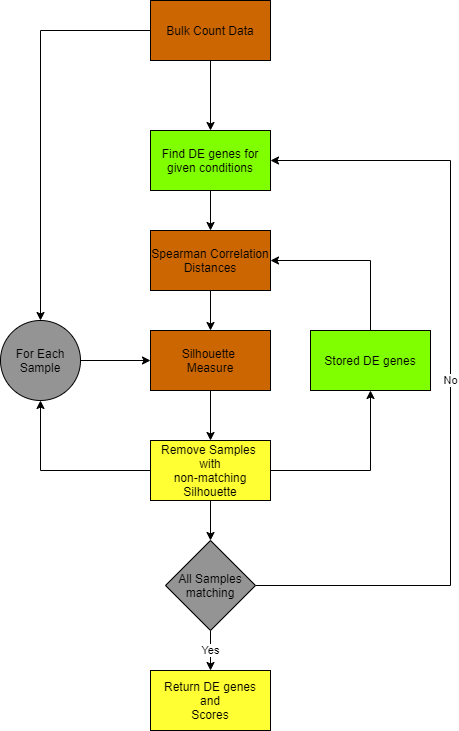
The draw.io diagram docs/dprofiler_pics2/InteractiveSilhouette.png in nephantes/dprofiler-docs, before a commit. Source tidied: cells renumbered, new cells last; positions are measured from the earlier drawing's top-left corner, leaving out a move shared by most shapes.
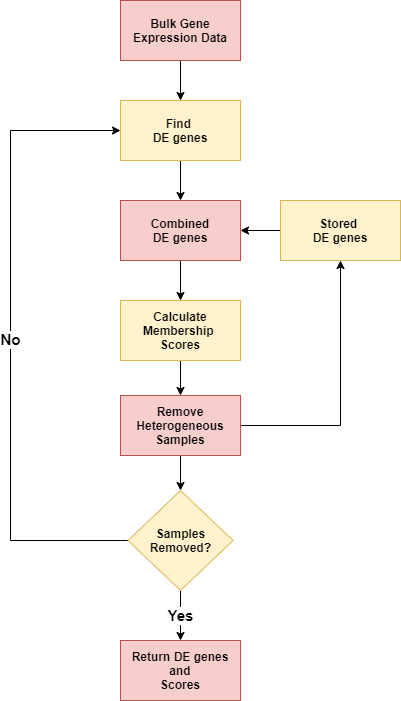
After the change.

What changed in the source:
```diff
@@ -2,83 +2,65 @@
   <root>
     <mxCell id="0" />
     <mxCell id="1" parent="0" />
-    <mxCell id="2" style="edgeStyle=orthogonalEdgeStyle;rounded=0;jettySize=auto;html=1;" parent="1" edge="1" source="3" target="5">
-      <mxGeometry relative="1" as="geometry" />
-    </mxCell>
+    <mxCell id="23" style="edgeStyle=orthogonalEdgeStyle;rounded=0;jettySize=auto;html=1;fontSize=15;" parent="1" edge="1" source="3" target="27">
+      <mxGeometry relative="1" as="geometry" />
+    </mxCell>
-    <mxCell id="3" value="Find DE genes for given conditions" style="rounded=0;whiteSpace=wrap;html=1;fillColor=#80FF00;" parent="1" vertex="1">
-      <mxGeometry x="150" y="130" width="120" height="60" as="geometry" />
+    <mxCell id="3" value="Find &lt;br&gt;DE genes" style="rounded=0;whiteSpace=wrap;html=1;fillColor=#fff2cc;fontStyle=1;strokeColor=#d6b656;" parent="1" vertex="1">
+      <mxGeometry x="150" y="230" width="120" height="60" as="geometry" />
     </mxCell>
-    <mxCell id="4" style="edgeStyle=orthogonalEdgeStyle;rounded=0;jettySize=auto;html=1;" parent="1" edge="1" source="5" target="7">
-      <mxGeometry relative="1" as="geometry" />
-    </mxCell>
+    <mxCell id="24" style="edgeStyle=orthogonalEdgeStyle;rounded=0;jettySize=auto;html=1;fontSize=15;" parent="1" edge="1" source="5" target="15">
+      <mxGeometry relative="1" as="geometry" />
+    </mxCell>
-    <mxCell id="5" value="Spearman Correlation &lt;br&gt;Distances" style="rounded=0;whiteSpace=wrap;html=1;fillColor=#CC6600;" parent="1" vertex="1">
-      <mxGeometry x="150" y="230" width="120" height="60" as="geometry" />
+    <mxCell id="5" value="Calculate Membership &lt;br&gt;Scores" style="rounded=0;whiteSpace=wrap;html=1;fillColor=#fff2cc;fontStyle=1;strokeColor=#d6b656;" parent="1" vertex="1">
+      <mxGeometry x="150" y="430" width="120" height="60" as="geometry" />
     </mxCell>
-    <mxCell id="6" style="edgeStyle=orthogonalEdgeStyle;rounded=0;jettySize=auto;html=1;" parent="1" edge="1" source="7" target="15">
-      <mxGeometry relative="1" as="geometry" />
-    </mxCell>
-    <mxCell id="7" value="Silhouette&amp;nbsp;&lt;br&gt;Measure" style="rounded=0;whiteSpace=wrap;html=1;fillColor=#CC6600;" parent="1" vertex="1">
-      <mxGeometry x="150" y="330" width="120" height="60" as="geometry" />
-    </mxCell>
     <mxCell id="8" style="edgeStyle=orthogonalEdgeStyle;rounded=0;jettySize=auto;html=1;" parent="1" edge="1" source="10" target="3">
       <mxGeometry relative="1" as="geometry" />
     </mxCell>
-    <mxCell id="9" style="edgeStyle=orthogonalEdgeStyle;rounded=0;jettySize=auto;html=1;entryX=0.5;entryY=0;entryDx=0;entryDy=0;" parent="1" edge="1" source="10" target="19">
-      <mxGeometry relative="1" as="geometry" />
-    </mxCell>
-    <mxCell id="10" value="Bulk Count Data" style="rounded=0;whiteSpace=wrap;html=1;fillColor=#CC6600;" parent="1" vertex="1">
-      <mxGeometry x="150" width="120" height="60" as="geometry" />
+    <mxCell id="10" value="Bulk Gene Expression Data" style="rounded=0;whiteSpace=wrap;html=1;fillColor=#f8cecc;fontStyle=1;strokeColor=#b85450;" parent="1" vertex="1">
+      <mxGeometry x="150" y="130" width="120" height="60" as="geometry" />
     </mxCell>
-    <mxCell id="11" style="edgeStyle=orthogonalEdgeStyle;rounded=0;jettySize=auto;html=1;" parent="1" edge="1" target="7">
-      <mxGeometry relative="1" as="geometry">
-        <mxPoint x="80" y="360" as="sourcePoint" />
-      </mxGeometry>
-    </mxCell>
-    <mxCell id="12" style="edgeStyle=orthogonalEdgeStyle;rounded=0;jettySize=auto;html=1;" parent="1" edge="1" source="15" target="18">
-      <mxGeometry relative="1" as="geometry" />
+    <mxCell id="12" style="edgeStyle=orthogonalEdgeStyle;rounded=0;jettySize=auto;html=1;" parent="1" edge="1" target="18">
+      <mxGeometry relative="1" as="geometry">
+        <mxPoint x="210" y="580" as="sourcePoint" />
+      </mxGeometry>
     </mxCell>
-    <mxCell id="13" style="edgeStyle=orthogonalEdgeStyle;rounded=0;jettySize=auto;html=1;entryX=0.5;entryY=1;entryDx=0;entryDy=0;" parent="1" edge="1" source="15" target="19">
-      <mxGeometry relative="1" as="geometry">
-        <Array as="points">
-          <mxPoint x="40" y="470" />
-        </Array>
-      </mxGeometry>
-    </mxCell>
     <mxCell id="14" style="edgeStyle=orthogonalEdgeStyle;rounded=0;jettySize=auto;html=1;entryX=0.5;entryY=1;entryDx=0;entryDy=0;" parent="1" edge="1" source="15" target="22">
       <mxGeometry relative="1" as="geometry" />
     </mxCell>
-    <mxCell id="15" value="Remove Samples &lt;br&gt;with&lt;br&gt;non-matching Silhouette" style="rounded=0;whiteSpace=wrap;html=1;fillColor=#FFFF33;" parent="1" vertex="1">
-      <mxGeometry x="150" y="440" width="120" height="60" as="geometry" />
+    <mxCell id="15" value="&lt;span style=&quot;font-weight: 700&quot;&gt;Remove Heterogeneous&lt;/span&gt;&lt;br style=&quot;font-weight: 700&quot;&gt;&lt;span style=&quot;font-weight: 700&quot;&gt;Samples&lt;/span&gt;" style="rounded=0;whiteSpace=wrap;html=1;fillColor=#f8cecc;strokeColor=#b85450;" parent="1" vertex="1">
+      <mxGeometry x="150" y="525" width="120" height="60" as="geometry" />
     </mxCell>
-    <mxCell id="16" value="Yes" style="edgeStyle=orthogonalEdgeStyle;rounded=0;jettySize=auto;html=1;" parent="1" edge="1" source="18" target="20">
-      <mxGeometry relative="1" as="geometry" />
+    <mxCell id="16" value="Yes" style="edgeStyle=orthogonalEdgeStyle;rounded=0;jettySize=auto;html=1;fontSize=15;fontStyle=1;" parent="1" edge="1" target="20">
+      <mxGeometry relative="1" as="geometry">
+        <mxPoint x="210" y="720" as="sourcePoint" />
+      </mxGeometry>
     </mxCell>
-    <mxCell id="17" value="No" style="edgeStyle=orthogonalEdgeStyle;rounded=0;jettySize=auto;html=1;entryX=1;entryY=0.5;entryDx=0;entryDy=0;" parent="1" edge="1" source="18" target="3">
+    <mxCell id="17" value="No" style="edgeStyle=orthogonalEdgeStyle;rounded=0;jettySize=auto;html=1;entryX=0;entryY=0.5;entryDx=0;entryDy=0;fontSize=15;fontStyle=1;" parent="1" edge="1" source="18" target="3">
       <mxGeometry relative="1" as="geometry">
         <Array as="points">
-          <mxPoint x="450" y="585" />
-          <mxPoint x="450" y="160" />
+          <mxPoint x="40" y="670" />
+          <mxPoint x="40" y="260" />
         </Array>
       </mxGeometry>
     </mxCell>
-    <mxCell id="18" value="All Samples matching" style="rhombus;whiteSpace=wrap;html=1;fillColor=#949494;" parent="1" vertex="1">
-      <mxGeometry x="165" y="540" width="90" height="90" as="geometry" />
+    <mxCell id="18" value="Samples Removed?" style="rhombus;whiteSpace=wrap;html=1;fillColor=#fff2cc;fontStyle=1;strokeColor=#d6b656;" parent="1" vertex="1">
+      <mxGeometry x="157.5" y="620" width="105" height="100" as="geometry" />
     </mxCell>
-    <mxCell id="19" value="For Each Sample" style="ellipse;whiteSpace=wrap;html=1;fillColor=#949494;" parent="1" vertex="1">
-      <mxGeometry y="320" width="80" height="80" as="geometry" />
-    </mxCell>
-    <mxCell id="20" value="Return DE genes&lt;br&gt;and&lt;br&gt;Scores" style="whiteSpace=wrap;html=1;fillColor=#FFFF33;" parent="1" vertex="1">
-      <mxGeometry x="150" y="670" width="120" height="60" as="geometry" />
+    <mxCell id="20" value="Return DE genes&lt;br&gt;and&lt;br&gt;Scores" style="whiteSpace=wrap;html=1;fillColor=#f8cecc;fontStyle=1;strokeColor=#b85450;" parent="1" vertex="1">
+      <mxGeometry x="150" y="770" width="120" height="60" as="geometry" />
     </mxCell>
-    <mxCell id="21" style="edgeStyle=orthogonalEdgeStyle;rounded=0;jettySize=auto;html=1;entryX=1;entryY=0.5;entryDx=0;entryDy=0;" parent="1" edge="1" source="22" target="5">
-      <mxGeometry relative="1" as="geometry">
-        <Array as="points">
-          <mxPoint x="370" y="260" />
-        </Array>
-      </mxGeometry>
-    </mxCell>
+    <mxCell id="25" style="edgeStyle=orthogonalEdgeStyle;rounded=0;jettySize=auto;html=1;fontSize=15;" parent="1" edge="1" source="22" target="27">
+      <mxGeometry relative="1" as="geometry" />
+    </mxCell>
-    <mxCell id="22" value="Stored DE genes" style="rounded=0;whiteSpace=wrap;html=1;fillColor=#80FF00;" parent="1" vertex="1">
+    <mxCell id="22" value="Stored &lt;br&gt;DE genes" style="rounded=0;whiteSpace=wrap;html=1;fillColor=#fff2cc;fontStyle=1;strokeColor=#d6b656;" parent="1" vertex="1">
       <mxGeometry x="310" y="330" width="120" height="60" as="geometry" />
     </mxCell>
+    <mxCell id="26" style="edgeStyle=orthogonalEdgeStyle;rounded=0;jettySize=auto;html=1;fontSize=15;" parent="1" edge="1" source="27" target="5">
+      <mxGeometry relative="1" as="geometry" />
+    </mxCell>
+    <mxCell id="27" value="Combined&lt;br&gt;DE genes" style="rounded=0;whiteSpace=wrap;html=1;fillColor=#f8cecc;fontStyle=1;strokeColor=#b85450;" parent="1" vertex="1">
+      <mxGeometry x="150" y="330" width="120" height="60" as="geometry" />
+    </mxCell>
   </root>
 </mxGraphModel>
```
